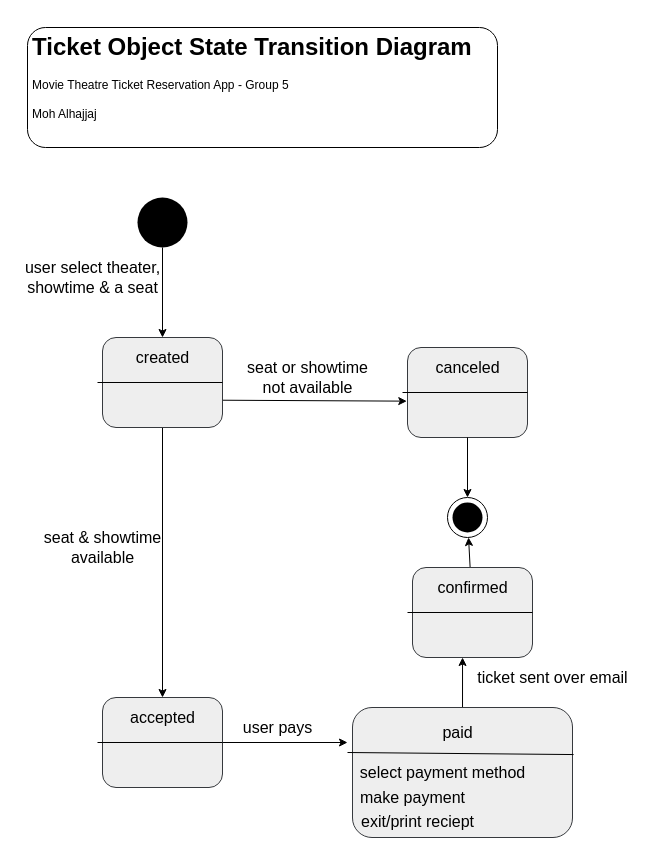
Before: page "StateTransition_ticket" (4 of 17) of DesignPhase/614_Project_Diagrams.drawio in mjspk/ticketr, a draw.io diagram. Source tidied: cells renumbered, new cells numbered last; positions are measured from the earlier drawing's top-left corner, leaving out a move shared by most shapes. Both pictures are drawn from the tidied source at 100%, with x=0, y=0 at pixel (17, 27).
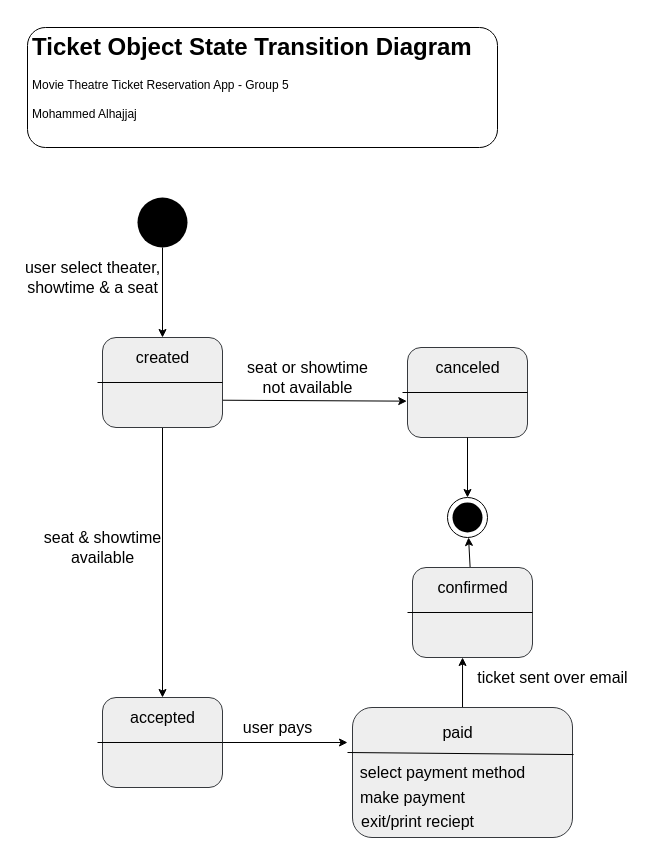
The same page after the edit.

Diff of the diagram source:
```diff
@@
-    <mxCell id="35" value="&lt;h1&gt;Ticket Object State Transition Diagram&lt;/h1&gt;&lt;div&gt;Movie Theatre Ticket Reservation App - Group 5&lt;/div&gt;&lt;div&gt;&lt;br&gt;&lt;/div&gt;&lt;div&gt;Moh Alhajjaj&lt;/div&gt;" style="text;html=1;strokeColor=default;fillColor=none;spacing=5;spacingTop=-20;whiteSpace=wrap;overflow=hidden;rounded=1;" parent="1" vertex="1">
+    <mxCell id="35" value="&lt;h1&gt;Ticket Object State Transition Diagram&lt;/h1&gt;&lt;div&gt;Movie Theatre Ticket Reservation App - Group 5&lt;/div&gt;&lt;div&gt;&lt;br&gt;&lt;/div&gt;&lt;div&gt;Mohammed Alhajjaj&lt;/div&gt;" style="text;html=1;strokeColor=default;fillColor=none;spacing=5;spacingTop=-20;whiteSpace=wrap;overflow=hidden;rounded=1;" parent="1" vertex="1">
       <mxGeometry x="10" width="470" height="120" as="geometry" />
     </mxCell>
```
